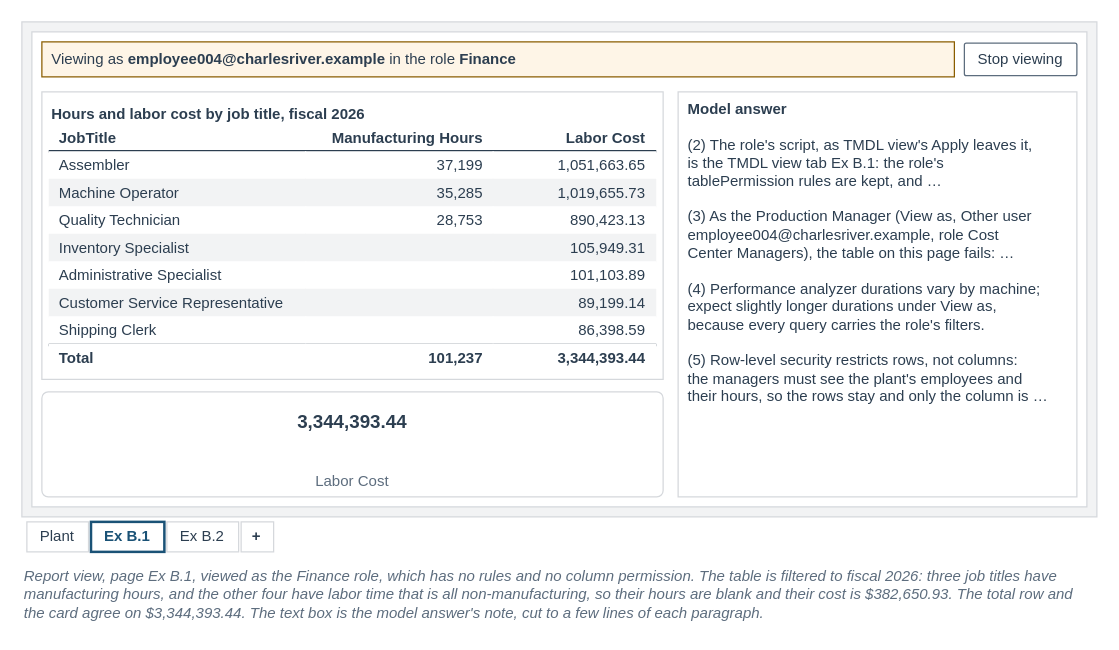
This is facts/instructor/figures/appendix-b-publishing-security/IF-AB-1-A.drawio from mmcodesso/Accounting_Analytics_Book, a draw.io file, before an edit. Source tidied: cells renumbered, new cells numbered last; positions are measured from the earlier drawing's top-left corner, leaving out a move shared by most shapes. Both pictures are drawn from the tidied source at 125%, with x=0, y=0 at pixel (21, 21).
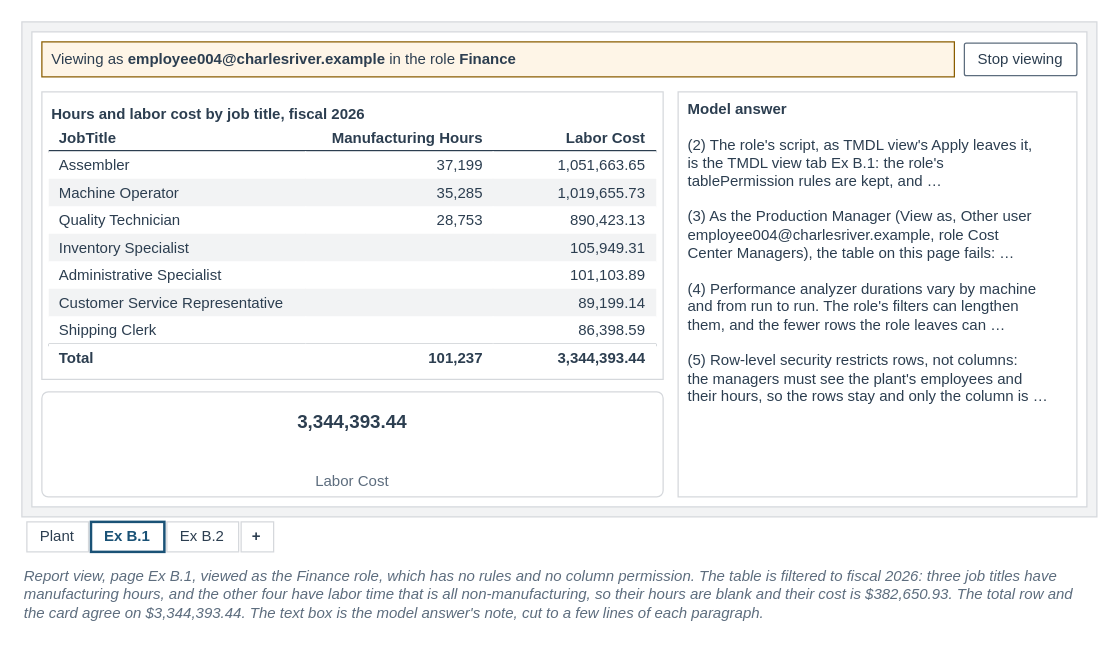
After the change.

Diff of the diagram source:
```diff
@@
-    <mxCell id="41" value="&lt;b&gt;Model answer&lt;/b&gt;&lt;br&gt;&lt;br&gt;(2) The role's script, as TMDL view's Apply leaves it,&lt;br&gt;is the TMDL view tab Ex B.1: the role's&lt;br&gt;tablePermission rules are kept, and …&lt;br&gt;&lt;br&gt;(3) As the Production Manager (View as, Other user&lt;br&gt;employee004@charlesriver.example, role Cost&lt;br&gt;Center Managers), the table on this page fails: …&lt;br&gt;&lt;br&gt;(4) Performance analyzer durations vary by machine;&lt;br&gt;expect slightly longer durations under View as,&lt;br&gt;because every query carries the role's filters.&lt;br&gt;&lt;br&gt;(5) Row-level security restricts rows, not columns:&lt;br&gt;the managers must see the plant's employees and&lt;br&gt;their hours, so the rows stay and only the column is …" style="rounded=0;arcSize=6;whiteSpace=wrap;html=1;fillColor=#FFFFFF;strokeColor=#D5D8DC;strokeWidth=1;fontColor=#2C3E50;fontSize=12;fontStyle=0;align=left;verticalAlign=top;fontFamily=Helvetica;spacingLeft=6;spacingRight=6;" parent="1" vertex="1">
+    <mxCell id="41" value="&lt;b&gt;Model answer&lt;/b&gt;&lt;br&gt;&lt;br&gt;(2) The role's script, as TMDL view's Apply leaves it,&lt;br&gt;is the TMDL view tab Ex B.1: the role's&lt;br&gt;tablePermission rules are kept, and …&lt;br&gt;&lt;br&gt;(3) As the Production Manager (View as, Other user&lt;br&gt;employee004@charlesriver.example, role Cost&lt;br&gt;Center Managers), the table on this page fails: …&lt;br&gt;&lt;br&gt;(4) Performance analyzer durations vary by machine&lt;br&gt;and from run to run. The role's filters can lengthen&lt;br&gt;them, and the fewer rows the role leaves can …&lt;br&gt;&lt;br&gt;(5) Row-level security restricts rows, not columns:&lt;br&gt;the managers must see the plant's employees and&lt;br&gt;their hours, so the rows stay and only the column is …" style="rounded=0;arcSize=6;whiteSpace=wrap;html=1;fillColor=#FFFFFF;strokeColor=#D5D8DC;strokeWidth=1;fontColor=#2C3E50;fontSize=12;fontStyle=0;align=left;verticalAlign=top;fontFamily=Helvetica;spacingLeft=6;spacingRight=6;" parent="1" vertex="1">
       <mxGeometry x="525" y="56" width="319" height="324" as="geometry" />
     </mxCell>
```
